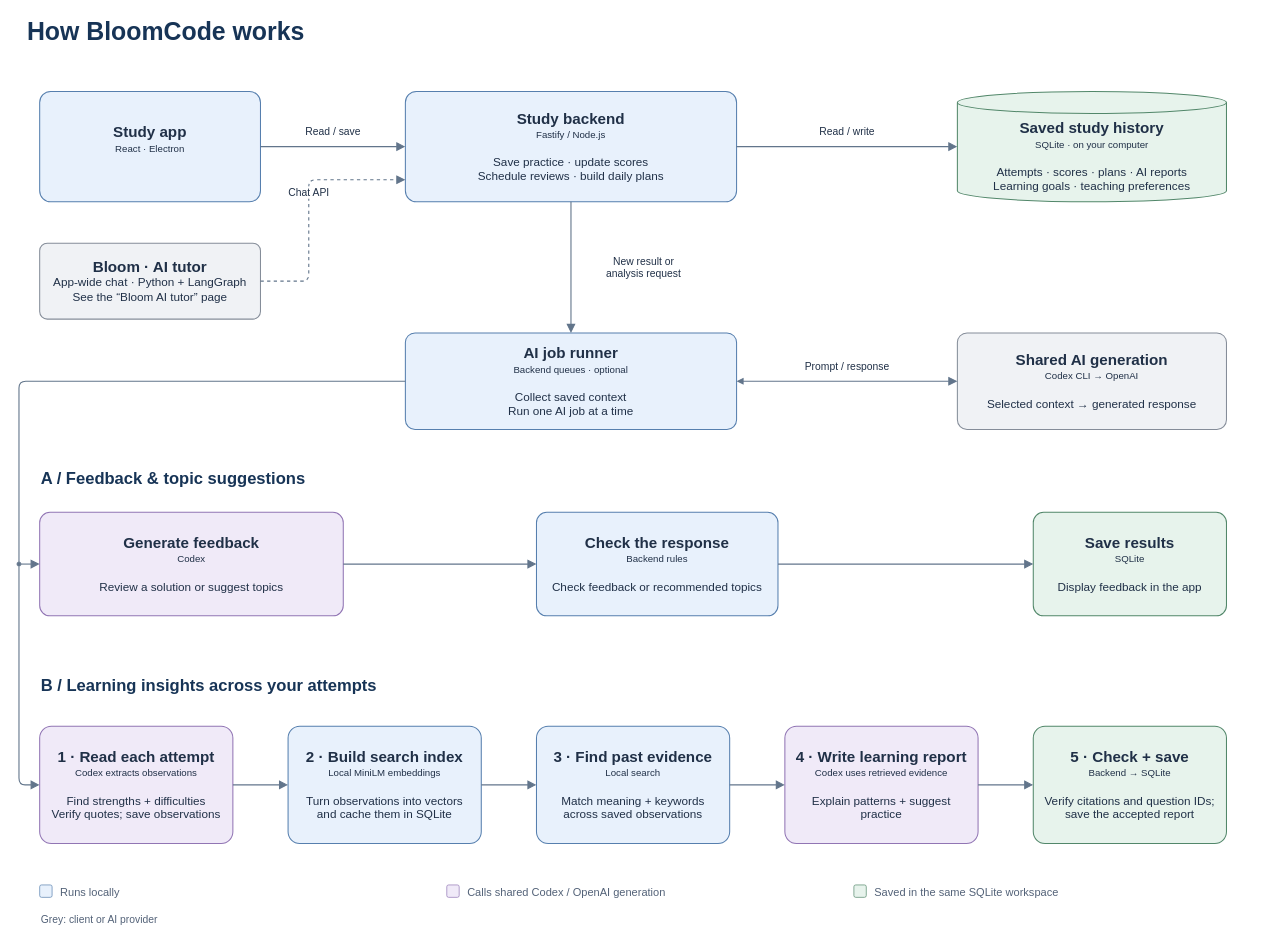
pritanb/bloomcode keeps this draw.io diagram as page "BloomCode architecture" (1 of 3) of docs/architecture/bloomcode.drawio. Above is the earlier version. Source tidied: cells renumbered, new cells numbered last; positions are measured from the earlier drawing's top-left corner, leaving out a move shared by most shapes. Both pictures are drawn from the tidied source at 69%, with x=0, y=0 at pixel (17, 12).
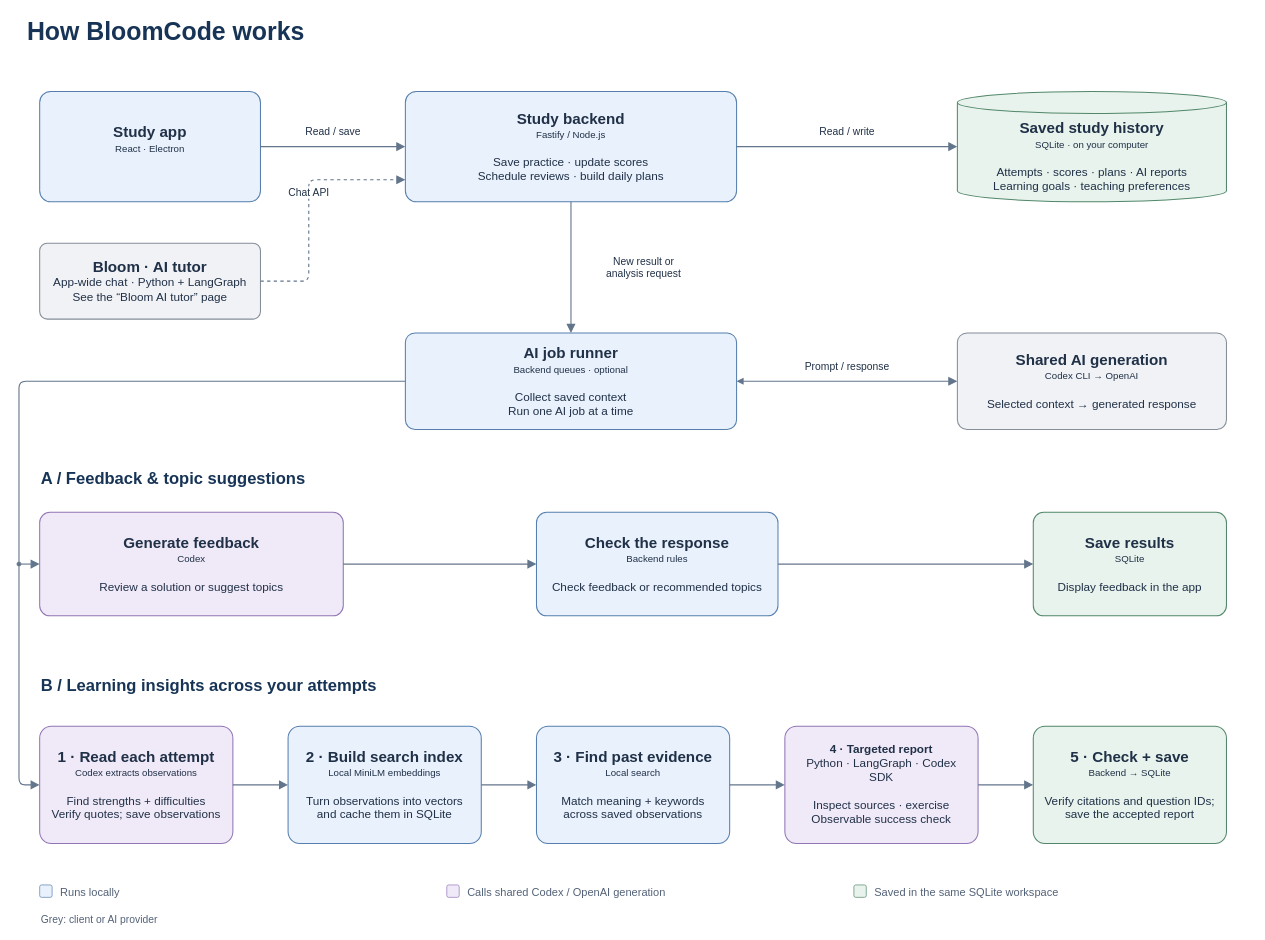
The same diagram, later.

What changed in the source:
```diff
@@
-    <mxCell id="27" value="&lt;b&gt;&lt;font style=&quot;font-size:22px&quot;&gt;4 · Write learning report&lt;/font&gt;&lt;/b&gt;&lt;br&gt;&lt;font style=&quot;font-size:14px&quot;&gt;Codex uses retrieved evidence&lt;/font&gt;&lt;br&gt;&lt;br&gt;Explain patterns + suggest practice" style="html=1;whiteSpace=wrap;fontFamily=Helvetica;fontSize=17;fontColor=#203047;rounded=1;arcSize=10;fillColor=#f0eaf8;strokeColor=#9175b4;strokeWidth=1.5;align=center;verticalAlign=middle;spacing=14;" parent="1" vertex="1">
+    <mxCell id="27" value="&lt;b&gt;4 · Targeted report&lt;/b&gt;&lt;br&gt;Python · LangGraph · Codex SDK&lt;br&gt;&lt;br&gt;Inspect sources · exercise&lt;br&gt;Observable success check" style="html=1;whiteSpace=wrap;fontFamily=Helvetica;fontSize=17;fontColor=#203047;rounded=1;arcSize=10;fillColor=#f0eaf8;strokeColor=#9175b4;strokeWidth=1.5;align=center;verticalAlign=middle;spacing=14;" parent="1" vertex="1">
       <mxGeometry x="1113" y="1035" width="280" height="170" as="geometry" />
     </mxCell>
```
